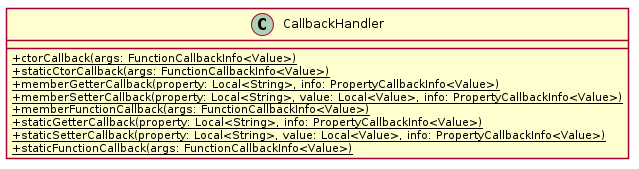
Before: presentation/resources/CallbackHandler.png, a diagram exported from PlantUML (rootjs/design).
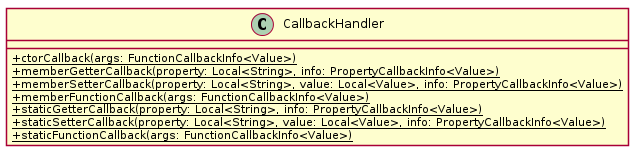
After the commit.

Change to the diagram source:
```diff
@@ -5,7 +5,6 @@
 
 class CallbackHandler {
   {static} +ctorCallback(args: FunctionCallbackInfo<Value>)
-  {static} +staticCtorCallback(args: FunctionCallbackInfo<Value>)
 
   {static} +memberGetterCallback(property: Local<String>, info: PropertyCallbackInfo<Value>)
   {static} +memberSetterCallback(property: Local<String>, value: Local<Value>, info: PropertyCallbackInfo<Value>)
```
